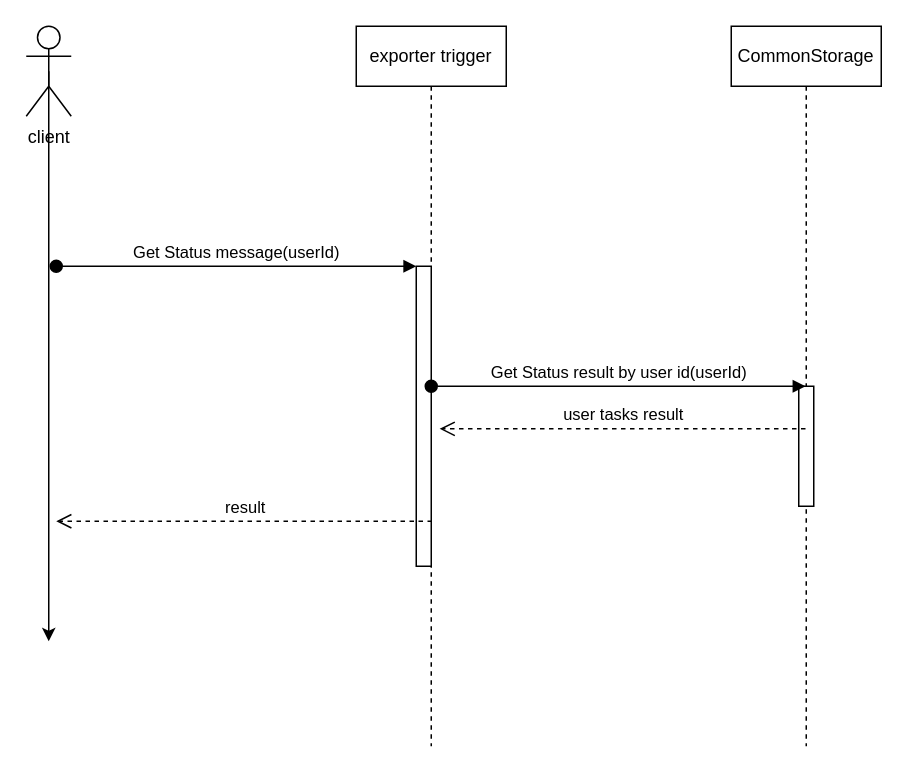
Before: page "Get Status Request" (2 of 2) of design/Exporter Trigger UML.drawio in MapColonies/exporter-trigger-deprecated, a draw.io diagram. Source tidied: cells renumbered, new cells numbered last; positions are measured from the earlier drawing's top-left corner, leaving out a move shared by most shapes. Both pictures are drawn from the tidied source at 150%, with x=0, y=0 at pixel (26, 26).
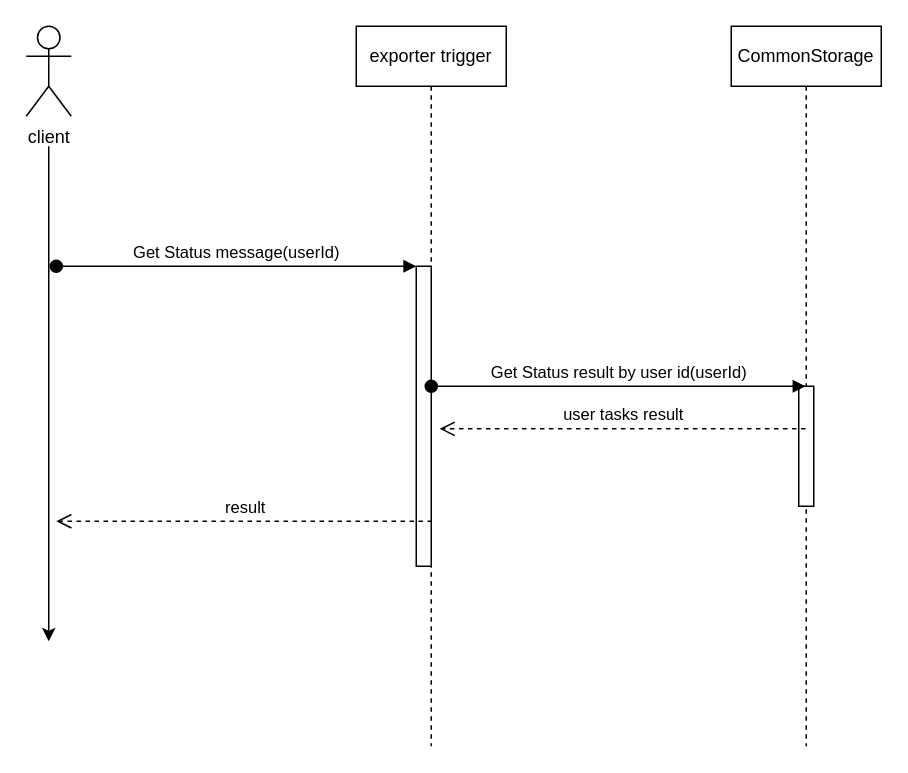
Above is the later version.

The edit, as a diff of the source:
```diff
@@
 <mxGraphModel>
   <root>
     <mxCell id="0" />
     <mxCell id="1" parent="0" />
-    <mxCell id="2" style="edgeStyle=orthogonalEdgeStyle;rounded=0;jettySize=auto;html=1;exitX=0.5;exitY=0.5;exitDx=0;exitDy=0;exitPerimeter=0;" parent="1" edge="1" source="3">
+    <mxCell id="2" style="edgeStyle=orthogonalEdgeStyle;rounded=0;orthogonalLoop=1;jettySize=auto;html=1;" parent="1" edge="1">
       <mxGeometry relative="1" as="geometry">
+        <mxPoint x="15" y="80" as="sourcePoint" />
         <mxPoint x="15" y="410" as="targetPoint" />
       </mxGeometry>
     </mxCell>
     <mxCell id="3" value="client" style="shape=umlActor;verticalLabelPosition=bottom;verticalAlign=top;html=1;" parent="1" vertex="1">
       <mxGeometry width="30" height="60" as="geometry" />
     </mxCell>
     <mxCell id="4" value="exporter trigger" style="shape=umlLifeline;perimeter=lifelinePerimeter;whiteSpace=wrap;html=1;" parent="1" vertex="1">
       <mxGeometry x="220" width="100" height="480" as="geometry" />
     </mxCell>
     <mxCell id="5" style="html=1;points=[];perimeter=orthogonalPerimeter;" parent="4" vertex="1">
       <mxGeometry x="40" y="160" width="10" height="200" as="geometry" />
     </mxCell>
     <mxCell id="6" value="Get Status message(userId)" style="html=1;verticalAlign=bottom;startArrow=oval;endArrow=block;startSize=8;" parent="4" edge="1" target="5">
       <mxGeometry relative="1" as="geometry">
         <mxPoint x="-200" y="160" as="sourcePoint" />
       </mxGeometry>
     </mxCell>
     <mxCell id="7" value="CommonStorage" style="shape=umlLifeline;perimeter=lifelinePerimeter;whiteSpace=wrap;html=1;outlineConnect=0;" parent="1" vertex="1">
       <mxGeometry x="470" width="100" height="480" as="geometry" />
     </mxCell>
     <mxCell id="8" style="html=1;perimeter=orthogonalPerimeter;" parent="7" vertex="1">
       <mxGeometry x="45" y="240" width="10" height="80" as="geometry" />
     </mxCell>
     <mxCell id="9" value="result" style="html=1;verticalAlign=bottom;endArrow=open;dashed=1;endSize=8;" parent="1" edge="1">
       <mxGeometry relative="1" as="geometry">
         <mxPoint x="270.5" y="330" as="sourcePoint" />
         <mxPoint x="20" y="330" as="targetPoint" />
       </mxGeometry>
     </mxCell>
     <mxCell id="10" value="Get Status result by user id(userId)" style="html=1;verticalAlign=bottom;startArrow=oval;endArrow=block;startSize=8;" parent="1" edge="1" target="7">
       <mxGeometry relative="1" as="geometry">
         <mxPoint x="270" y="240" as="sourcePoint" />
       </mxGeometry>
     </mxCell>
     <mxCell id="11" value="user tasks result" style="html=1;verticalAlign=bottom;endArrow=open;dashed=1;endSize=8;entryX=1.56;entryY=0.542;entryDx=0;entryDy=0;entryPerimeter=0;" parent="1" edge="1" source="7" target="5">
       <mxGeometry relative="1" as="geometry" />
     </mxCell>
   </root>
 </mxGraphModel>
```
